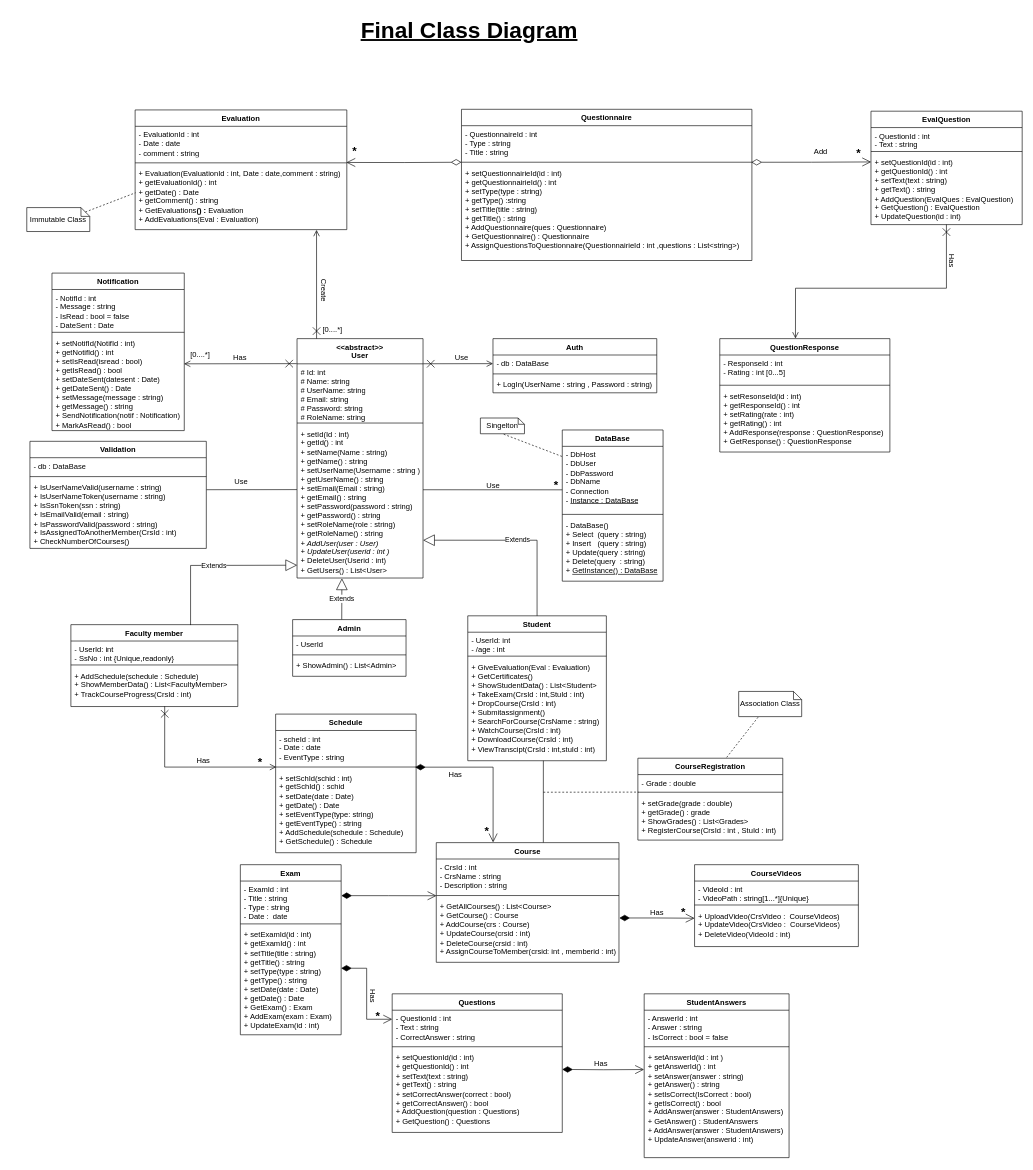
This is page "FinalVersion" (3 of 3) of Diagrams/ClassDiagram.drawio from Youssefmohamed430/Learning-Management-System, a draw.io file, before an edit. Source tidied: cells renumbered, new cells numbered last; positions are measured from the earlier drawing's top-left corner, leaving out a move shared by most shapes. Both pictures are drawn from the tidied source at 63%, with x=0, y=0 at pixel (26, 11).
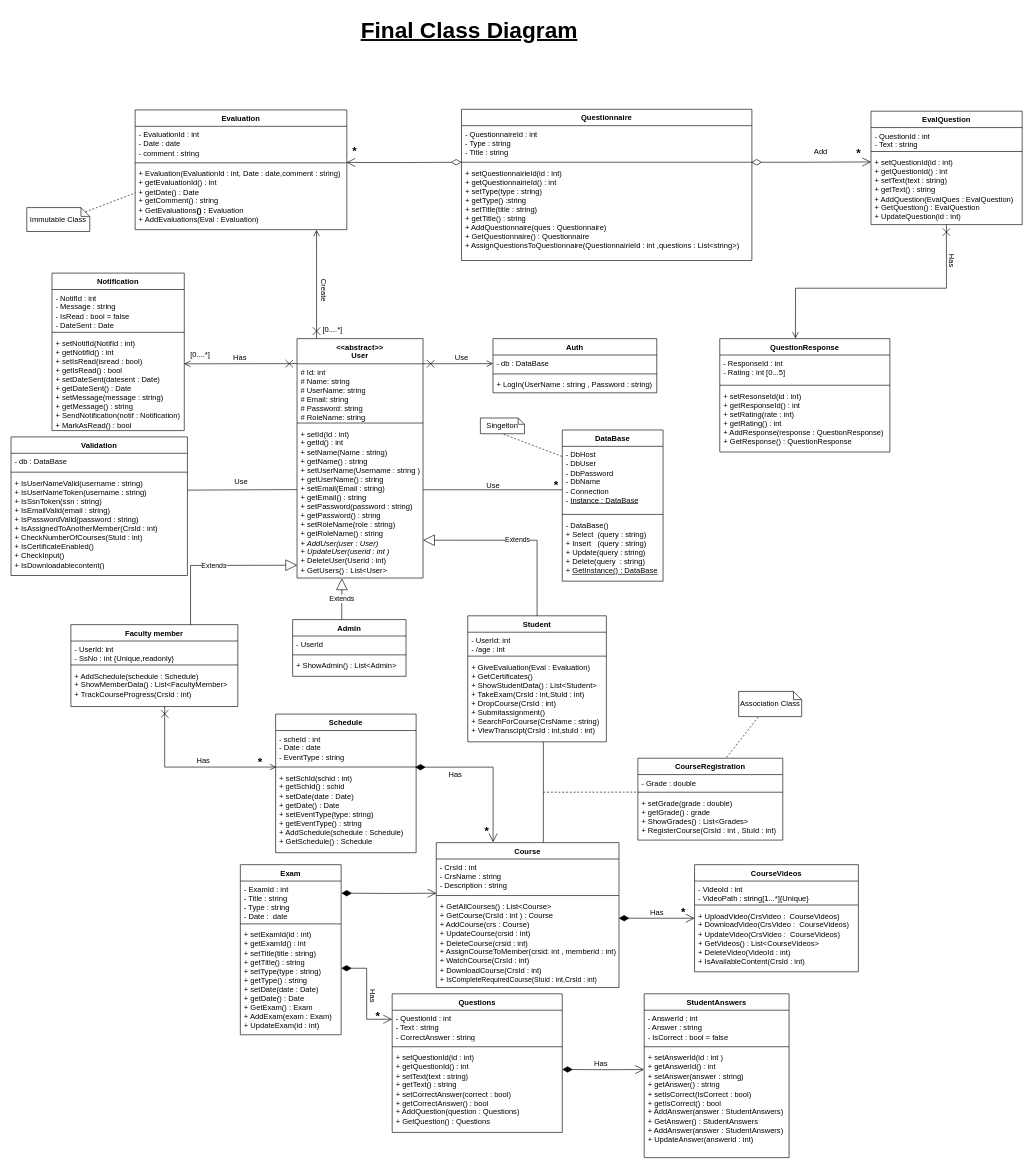
After the change.

The change refers to these unchanged cells:
```xml
<mxCell id="12" style="line;strokeWidth=1;fillColor=none;align=left;verticalAlign=middle;spacingTop=-1;spacingLeft=3;spacingRight=3;labelPosition=right;points=[];portConstraint=eastwest;strokeColor=inherit;" parent="10" vertex="1">
  <mxGeometry y="80" width="290" height="8" as="geometry" />
</mxCell>
<mxCell id="27" value="&lt;div&gt;- ExamId : int&lt;div&gt;- Title : string&lt;/div&gt;&lt;div&gt;- Type : string&lt;/div&gt;&lt;div&gt;- Date :&amp;nbsp; date&lt;/div&gt;&lt;div&gt;&lt;br&gt;&lt;/div&gt;&lt;/div&gt;" style="text;strokeColor=none;fillColor=none;align=left;verticalAlign=top;spacingLeft=4;spacingRight=4;overflow=hidden;points=[[0,0.5],[1,0.5]];portConstraint=eastwest;whiteSpace=wrap;html=1;" parent="26" vertex="1">
  <mxGeometry y="26" width="160" height="64" as="geometry" />
</mxCell>
```

Change to the diagram source:
```diff
@@
     <mxCell id="2" value="Student" style="swimlane;fontStyle=1;align=center;verticalAlign=top;horizontal=1;startSize=26;whiteSpace=wrap;html=1;" parent="1" vertex="1">
-      <mxGeometry x="700" y="960" width="220" height="230" as="geometry" />
+      <mxGeometry x="700" y="960" width="220" height="200" as="geometry" />
     </mxCell>
@@
-    <mxCell id="5" value="&lt;div&gt;&lt;div&gt;+ GiveEvaluation(Eval : Evaluation)&lt;/div&gt;&lt;div&gt;+ GetCertificates()&lt;br&gt;+ ShowStudentData() : List&amp;lt;Student&amp;gt;&lt;/div&gt;&lt;/div&gt;&lt;div&gt;+ TakeExam(CrsId : int,StuId : int)&lt;br&gt;+ DropCourse(CrsId : int)&lt;/div&gt;&lt;div&gt;+ Submitassignment()&lt;br&gt;+ SearchForCourse(CrsName : string)&lt;br&gt;+ WatchCourse(CrsId : int)&lt;br&gt;+ DownloadCourse(CrsId : int)&lt;/div&gt;&lt;div&gt;+ ViewTranscipt(CrsId : int,stuId : int)&lt;/div&gt;" style="text;strokeColor=none;fillColor=none;align=left;verticalAlign=top;spacingLeft=4;spacingRight=4;overflow=hidden;whiteSpace=wrap;html=1;" parent="2" vertex="1">
-      <mxGeometry y="68" width="220" height="162" as="geometry" />
+    <mxCell id="5" value="&lt;div&gt;&lt;div&gt;+ GiveEvaluation(Eval : Evaluation)&lt;/div&gt;&lt;div&gt;+ GetCertificates()&lt;br&gt;+ ShowStudentData() : List&amp;lt;Student&amp;gt;&lt;/div&gt;&lt;/div&gt;&lt;div&gt;+ TakeExam(CrsId : int,StuId : int)&lt;br&gt;+ DropCourse(CrsId : int)&lt;/div&gt;&lt;div&gt;+ Submitassignment()&lt;br&gt;+ SearchForCourse(CrsName : string)&lt;/div&gt;&lt;div&gt;+ ViewTranscipt(CrsId : int,stuId : int)&lt;/div&gt;" style="text;strokeColor=none;fillColor=none;align=left;verticalAlign=top;spacingLeft=4;spacingRight=4;overflow=hidden;whiteSpace=wrap;html=1;" parent="2" vertex="1">
+      <mxGeometry y="68" width="220" height="132" as="geometry" />
     </mxCell>
@@
     <mxCell id="10" value="Course" style="swimlane;fontStyle=1;align=center;verticalAlign=top;horizontal=1;startSize=26;whiteSpace=wrap;html=1;" parent="1" vertex="1">
-      <mxGeometry x="650" y="1320" width="290" height="190" as="geometry" />
+      <mxGeometry x="650" y="1320" width="290" height="230" as="geometry" />
     </mxCell>
@@
-    <mxCell id="13" value="&lt;div&gt;&lt;span style=&quot;background-color: transparent; color: light-dark(rgb(0, 0, 0), rgb(255, 255, 255));&quot;&gt;+ GetAllCourses() : List&amp;lt;Course&amp;gt;&lt;/span&gt;&lt;/div&gt;&lt;div&gt;+ GetCourse() : Course&lt;div&gt;+ AddCourse(crs : Course)&lt;/div&gt;&lt;div&gt;+ UpdateCourse(crsid : int)&lt;/div&gt;&lt;div&gt;+ DeleteCourse(crsid : int)&lt;/div&gt;&lt;/div&gt;&lt;div&gt;&lt;span style=&quot;text-align: center;&quot;&gt;+ AssignCourseToMember(crsid: int , memberid : int)&lt;/span&gt;&lt;/div&gt;" style="text;strokeColor=none;fillColor=none;align=left;verticalAlign=top;spacingLeft=4;spacingRight=4;overflow=hidden;points=[[0,0.5],[1,0.5]];portConstraint=eastwest;whiteSpace=wrap;html=1;" parent="10" vertex="1">
-      <mxGeometry y="88" width="290" height="102" as="geometry" />
+    <mxCell id="13" value="&lt;div&gt;&lt;span style=&quot;background-color: transparent; color: light-dark(rgb(0, 0, 0), rgb(255, 255, 255));&quot;&gt;+ GetAllCourses() : List&amp;lt;Course&amp;gt;&lt;/span&gt;&lt;/div&gt;&lt;div&gt;+ GetCourse(CrsId : int ) : Course&lt;div&gt;+ AddCourse(crs : Course)&lt;/div&gt;&lt;div&gt;+ UpdateCourse(crsid : int)&lt;/div&gt;&lt;div&gt;+ DeleteCourse(crsid : int)&lt;/div&gt;&lt;/div&gt;&lt;div&gt;&lt;span style=&quot;text-align: center;&quot;&gt;+ AssignCourseToMember(crsid: int , memberid : int)&lt;/span&gt;&lt;/div&gt;&lt;div&gt;+ WatchCourse(CrsId : int)&lt;br&gt;+ DownloadCourse(CrsId : int)&lt;span style=&quot;text-align: center;&quot;&gt;&lt;br&gt;+&amp;nbsp;&lt;/span&gt;&lt;span style=&quot;background-color: rgb(255, 255, 255); font-size: 11px; text-align: center; text-wrap-mode: nowrap; color: light-dark(rgb(0, 0, 0), rgb(255, 255, 255));&quot;&gt;IsCompleteRequiredCourse(Stuid : int,CrsId : int)&lt;/span&gt;&lt;/div&gt;" style="text;strokeColor=none;fillColor=none;align=left;verticalAlign=top;spacingLeft=4;spacingRight=4;overflow=hidden;points=[[0,0.5],[1,0.5]];portConstraint=eastwest;whiteSpace=wrap;html=1;" parent="10" vertex="1">
+      <mxGeometry y="88" width="290" height="142" as="geometry" />
     </mxCell>
@@
     <mxCell id="22" value="CourseVideos" style="swimlane;fontStyle=1;align=center;verticalAlign=top;horizontal=1;startSize=26;whiteSpace=wrap;html=1;" parent="1" vertex="1">
-      <mxGeometry x="1060" y="1355" width="260" height="130" as="geometry" />
+      <mxGeometry x="1060" y="1355" width="260" height="170" as="geometry" />
     </mxCell>
@@
-    <mxCell id="25" value="&lt;div&gt;+ UploadVideo(CrsVideo :&amp;nbsp;&amp;nbsp;&lt;span style=&quot;text-align: center; background-color: transparent; color: light-dark(rgb(0, 0, 0), rgb(255, 255, 255));&quot;&gt;CourseVideos&lt;/span&gt;&lt;span style=&quot;background-color: transparent; color: light-dark(rgb(0, 0, 0), rgb(255, 255, 255));&quot;&gt;)&lt;/span&gt;&lt;/div&gt;&lt;div&gt;&lt;div&gt;+ UpdateVideo(&lt;span style=&quot;background-color: transparent; color: light-dark(rgb(0, 0, 0), rgb(255, 255, 255));&quot;&gt;CrsVideo :&amp;nbsp;&amp;nbsp;&lt;/span&gt;&lt;span style=&quot;background-color: transparent; color: light-dark(rgb(0, 0, 0), rgb(255, 255, 255)); text-align: center;&quot;&gt;CourseVideos&lt;/span&gt;&lt;span style=&quot;background-color: transparent; color: light-dark(rgb(0, 0, 0), rgb(255, 255, 255));&quot;&gt;)&lt;/span&gt;&lt;/div&gt;&lt;div&gt;+ DeleteVideo(VideoId : int)&lt;/div&gt;&lt;/div&gt;" style="text;strokeColor=none;fillColor=none;align=left;verticalAlign=top;spacingLeft=4;spacingRight=4;overflow=hidden;whiteSpace=wrap;html=1;" parent="22" vertex="1">
-      <mxGeometry y="68" width="260" height="62" as="geometry" />
+    <mxCell id="25" value="&lt;div&gt;+ UploadVideo(CrsVideo :&amp;nbsp;&amp;nbsp;&lt;span style=&quot;text-align: center; background-color: transparent; color: light-dark(rgb(0, 0, 0), rgb(255, 255, 255));&quot;&gt;CourseVideos&lt;/span&gt;&lt;span style=&quot;background-color: transparent; color: light-dark(rgb(0, 0, 0), rgb(255, 255, 255));&quot;&gt;)&lt;/span&gt;&lt;/div&gt;&lt;div&gt;+ DownloadVideo(CrsVideo :&amp;nbsp;&amp;nbsp;&lt;span style=&quot;color: light-dark(rgb(0, 0, 0), rgb(255, 255, 255)); background-color: transparent; text-align: center;&quot;&gt;CourseVideos&lt;/span&gt;&lt;span style=&quot;color: light-dark(rgb(0, 0, 0), rgb(255, 255, 255)); background-color: transparent;&quot;&gt;)&lt;/span&gt;&lt;span style=&quot;background-color: transparent; color: light-dark(rgb(0, 0, 0), rgb(255, 255, 255));&quot;&gt;&lt;/span&gt;&lt;/div&gt;&lt;div&gt;&lt;div&gt;+ UpdateVideo(&lt;span style=&quot;background-color: transparent; color: light-dark(rgb(0, 0, 0), rgb(255, 255, 255));&quot;&gt;CrsVideo :&amp;nbsp;&amp;nbsp;&lt;/span&gt;&lt;span style=&quot;background-color: transparent; color: light-dark(rgb(0, 0, 0), rgb(255, 255, 255)); text-align: center;&quot;&gt;CourseVideos&lt;/span&gt;&lt;span style=&quot;background-color: transparent; color: light-dark(rgb(0, 0, 0), rgb(255, 255, 255));&quot;&gt;)&lt;br&gt;+ GetVideos() : List&amp;lt;CourseVideos&amp;gt;&lt;/span&gt;&lt;/div&gt;&lt;div&gt;+ DeleteVideo(VideoId : int)&lt;br&gt;+&amp;nbsp;&lt;span style=&quot;background-color: rgb(255, 255, 255); text-align: center; text-wrap-mode: nowrap; color: light-dark(rgb(0, 0, 0), rgb(255, 255, 255));&quot;&gt;IsAvailableContent(CrsId : int)&lt;/span&gt;&lt;/div&gt;&lt;/div&gt;" style="text;strokeColor=none;fillColor=none;align=left;verticalAlign=top;spacingLeft=4;spacingRight=4;overflow=hidden;whiteSpace=wrap;html=1;" parent="22" vertex="1">
+      <mxGeometry y="68" width="260" height="102" as="geometry" />
     </mxCell>
@@
     <mxCell id="71" value="Validation" style="swimlane;fontStyle=1;align=center;verticalAlign=top;horizontal=1;startSize=26;whiteSpace=wrap;html=1;" parent="1" vertex="1">
-      <mxGeometry x="5" y="683" width="280" height="170" as="geometry" />
+      <mxGeometry x="-25" y="676" width="280" height="220" as="geometry" />
     </mxCell>
@@
-    <mxCell id="74" value="+ IsUserNameValid(username : string)&lt;div&gt;+ IsUserNameToken(username : string)&lt;/div&gt;&lt;div&gt;+ IsSsnToken(ssn : string)&lt;br&gt;+ IsEmailValid(email : string)&lt;/div&gt;&lt;div&gt;+ IsPasswordValid(password : string)&lt;br&gt;+ IsAssignedToAnotherMember(CrsId : int)&lt;br&gt;+ CheckNumberOfCourses()&lt;/div&gt;" style="text;strokeColor=none;fillColor=none;align=left;verticalAlign=top;spacingLeft=4;spacingRight=4;overflow=hidden;points=[[0,0.5],[1,0.5]];portConstraint=eastwest;whiteSpace=wrap;html=1;" parent="71" vertex="1">
-      <mxGeometry y="60" width="280" height="110" as="geometry" />
+    <mxCell id="74" value="+ IsUserNameValid(username : string)&lt;div&gt;+ IsUserNameToken(username : string)&lt;/div&gt;&lt;div&gt;+ IsSsnToken(ssn : string)&lt;br&gt;+ IsEmailValid(email : string)&lt;/div&gt;&lt;div&gt;+ IsPasswordValid(password : string)&lt;br&gt;+ IsAssignedToAnotherMember(CrsId : int)&lt;br&gt;+ CheckNumberOfCourses(StuId : int)&lt;br&gt;+ IsCertificateEnabled()&amp;nbsp;&lt;/div&gt;&lt;div&gt;+ CheckInput()&lt;br&gt;+&amp;nbsp;&lt;span style=&quot;background-color: rgb(255, 255, 255); text-align: center; text-wrap-mode: nowrap; color: light-dark(rgb(0, 0, 0), rgb(255, 255, 255));&quot;&gt;IsDownloadablecontent()&lt;/span&gt;&lt;/div&gt;" style="text;strokeColor=none;fillColor=none;align=left;verticalAlign=top;spacingLeft=4;spacingRight=4;overflow=hidden;points=[[0,0.5],[1,0.5]];portConstraint=eastwest;whiteSpace=wrap;html=1;" parent="71" vertex="1">
+      <mxGeometry y="60" width="280" height="160" as="geometry" />
     </mxCell>
@@
     <mxCell id="95" style="endArrow=none;html=1;rounded=0;exitX=0.586;exitY=-0.001;exitDx=0;exitDy=0;exitPerimeter=0;" parent="1" edge="1" source="10">
       <mxGeometry relative="1" as="geometry">
-        <mxPoint x="820" y="1190" as="targetPoint" />
+        <mxPoint x="820" y="1160" as="targetPoint" />
       </mxGeometry>
     </mxCell>
@@
-    <mxCell id="99" style="endArrow=open;html=1;endSize=12;startArrow=diamondThin;startSize=14;startFill=1;edgeStyle=orthogonalEdgeStyle;align=left;verticalAlign=bottom;rounded=0;exitX=1.002;exitY=0.31;exitDx=0;exitDy=0;exitPerimeter=0;" parent="1" edge="1" source="13">
+    <mxCell id="99" style="endArrow=open;html=1;endSize=12;startArrow=diamondThin;startSize=14;startFill=1;edgeStyle=orthogonalEdgeStyle;align=left;verticalAlign=bottom;rounded=0;exitX=0.999;exitY=0.225;exitDx=0;exitDy=0;exitPerimeter=0;" parent="1" edge="1" source="13">
       <mxGeometry x="-1" y="3" relative="1" as="geometry">
         <mxPoint x="1060" y="1440" as="targetPoint" />
       </mxGeometry>
     </mxCell>
@@
-    <mxCell id="108" style="endArrow=open;html=1;endSize=12;startArrow=diamondThin;startSize=14;startFill=1;edgeStyle=orthogonalEdgeStyle;align=left;verticalAlign=bottom;rounded=0;exitX=1.002;exitY=0.362;exitDx=0;exitDy=0;exitPerimeter=0;entryX=0.001;entryY=0.54;entryDx=0;entryDy=0;entryPerimeter=0;" parent="1" edge="1" source="27" target="12">
-      <mxGeometry x="-1" y="3" relative="1" as="geometry" />
+    <mxCell id="108" style="endArrow=open;html=1;endSize=12;startArrow=diamondThin;startSize=14;startFill=1;edgeStyle=orthogonalEdgeStyle;align=left;verticalAlign=bottom;rounded=0;exitX=1.002;exitY=0.362;exitDx=0;exitDy=0;exitPerimeter=0;entryX=0.001;entryY=0.54;entryDx=0;entryDy=0;entryPerimeter=0;" parent="1" edge="1">
+      <mxGeometry x="-1" y="3" relative="1" as="geometry">
+        <mxPoint x="499.3" y="1400.2" as="sourcePoint" />
+        <mxPoint x="650.3" y="1400.3" as="targetPoint" />
+      </mxGeometry>
     </mxCell>
```
